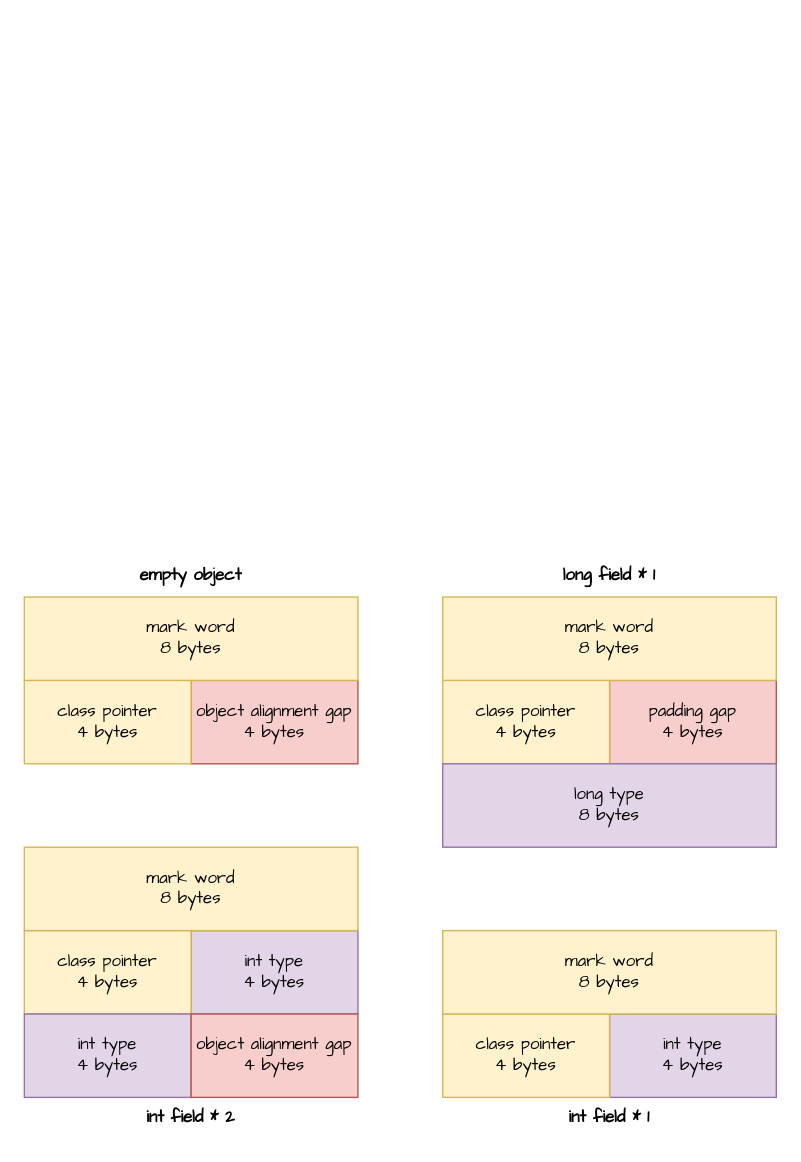
Before: homework/src/main/resources/对象的内存布局.drawio in YufuMxl/geek_java_practise, a draw.io diagram. Source tidied: cells renumbered, new cells numbered last; positions are measured from the earlier drawing's top-left corner, leaving out a move shared by most shapes. Both pictures are drawn from the tidied source at 139%, with x=0, y=0 at pixel (24, 555).
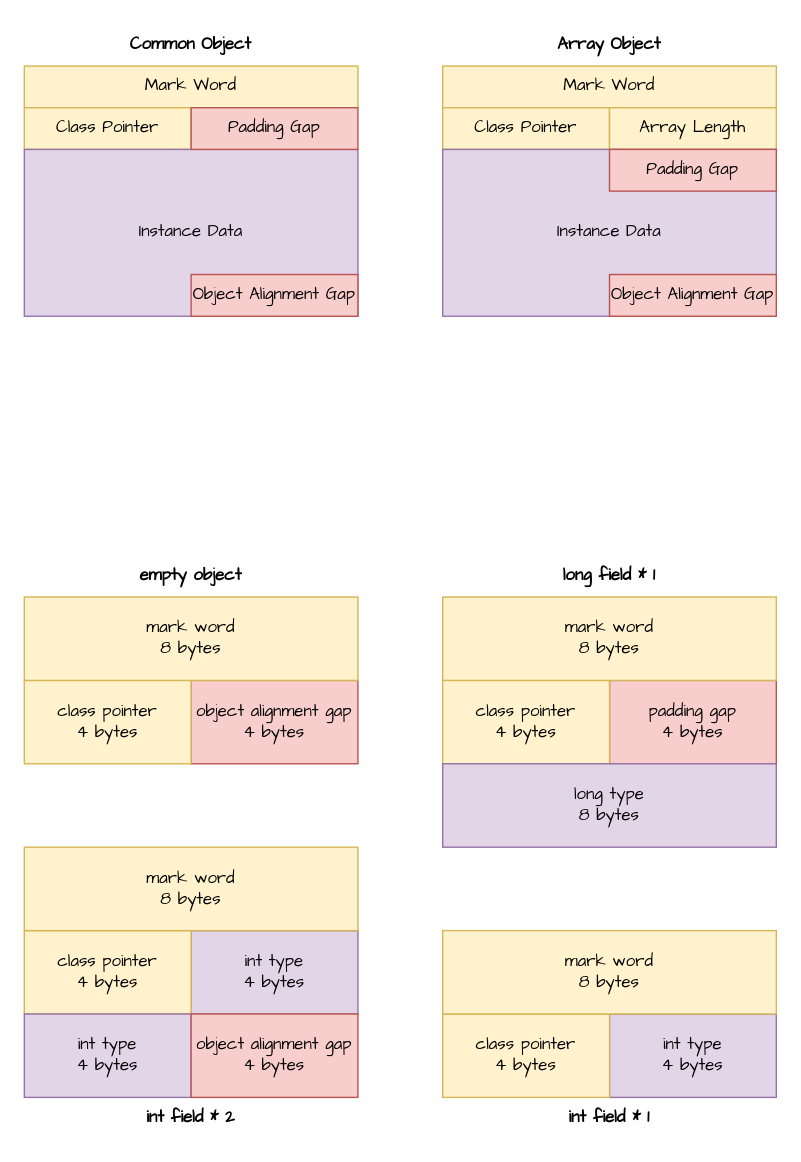
After the change.

Commit message:
Update 对象的内存布局.drawio

Diff of the diagram source:
```diff
@@
+    <mxCell id="21" value="Mark Word" style="rounded=0;whiteSpace=wrap;html=1;fontFamily=Architects Daughter;fillColor=#fff2cc;strokeColor=#d6b656;" parent="1" vertex="1">
+      <mxGeometry x="301" y="-352" width="240" height="30" as="geometry" />
+    </mxCell>
+    <mxCell id="22" value="Class Pointer" style="rounded=0;whiteSpace=wrap;html=1;fontFamily=Architects Daughter;fillColor=#fff2cc;strokeColor=#d6b656;" parent="1" vertex="1">
+      <mxGeometry x="301" y="-322" width="120" height="30" as="geometry" />
+    </mxCell>
+    <mxCell id="23" value="Array Length" style="rounded=0;whiteSpace=wrap;html=1;fontFamily=Architects Daughter;fillColor=#fff2cc;strokeColor=#d6b656;" parent="1" vertex="1">
+      <mxGeometry x="421" y="-322" width="120" height="30" as="geometry" />
+    </mxCell>
+    <mxCell id="24" value="Instance Data" style="rounded=0;whiteSpace=wrap;html=1;fontFamily=Architects Daughter;fillColor=#e1d5e7;strokeColor=#9673a6;" parent="1" vertex="1">
+      <mxGeometry x="301" y="-292" width="240" height="120" as="geometry" />
+    </mxCell>
+    <mxCell id="25" value="Padding Gap" style="rounded=0;whiteSpace=wrap;html=1;fontFamily=Architects Daughter;fillColor=#f8cecc;strokeColor=#b85450;" parent="1" vertex="1">
+      <mxGeometry x="421" y="-292" width="120" height="30" as="geometry" />
+    </mxCell>
+    <mxCell id="26" value="Object Alignment Gap" style="rounded=0;whiteSpace=wrap;html=1;fontFamily=Architects Daughter;fillColor=#f8cecc;strokeColor=#b85450;" parent="1" vertex="1">
+      <mxGeometry x="421" y="-202" width="120" height="30" as="geometry" />
+    </mxCell>
+    <mxCell id="27" value="Array Object" style="text;html=1;strokeColor=none;fillColor=none;align=center;verticalAlign=middle;whiteSpace=wrap;rounded=0;fontFamily=Architects Daughter;fontStyle=1;" parent="1" vertex="1">
+      <mxGeometry x="301" y="-382" width="240" height="30" as="geometry" />
+    </mxCell>
+    <mxCell id="28" value="Mark Word" style="rounded=0;whiteSpace=wrap;html=1;fontFamily=Architects Daughter;fillColor=#fff2cc;strokeColor=#d6b656;" parent="1" vertex="1">
+      <mxGeometry y="-352" width="240" height="30" as="geometry" />
+    </mxCell>
+    <mxCell id="29" value="Class Pointer" style="rounded=0;whiteSpace=wrap;html=1;fontFamily=Architects Daughter;fillColor=#fff2cc;strokeColor=#d6b656;" parent="1" vertex="1">
+      <mxGeometry y="-322" width="120" height="30" as="geometry" />
+    </mxCell>
+    <mxCell id="30" value="Instance Data" style="rounded=0;whiteSpace=wrap;html=1;fontFamily=Architects Daughter;fillColor=#e1d5e7;strokeColor=#9673a6;" parent="1" vertex="1">
+      <mxGeometry y="-292" width="240" height="120" as="geometry" />
+    </mxCell>
+    <mxCell id="31" value="Padding Gap" style="rounded=0;whiteSpace=wrap;html=1;fontFamily=Architects Daughter;fillColor=#f8cecc;strokeColor=#b85450;" parent="1" vertex="1">
+      <mxGeometry x="120" y="-322" width="120" height="30" as="geometry" />
+    </mxCell>
+    <mxCell id="32" value="Object Alignment Gap" style="rounded=0;whiteSpace=wrap;html=1;fontFamily=Architects Daughter;fillColor=#f8cecc;strokeColor=#b85450;" parent="1" vertex="1">
+      <mxGeometry x="120" y="-202" width="120" height="30" as="geometry" />
+    </mxCell>
+    <mxCell id="33" value="Common Object" style="text;html=1;strokeColor=none;fillColor=none;align=center;verticalAlign=middle;whiteSpace=wrap;rounded=0;fontFamily=Architects Daughter;fontStyle=1;" parent="1" vertex="1">
+      <mxGeometry y="-382" width="240" height="30" as="geometry" />
+    </mxCell>
```
